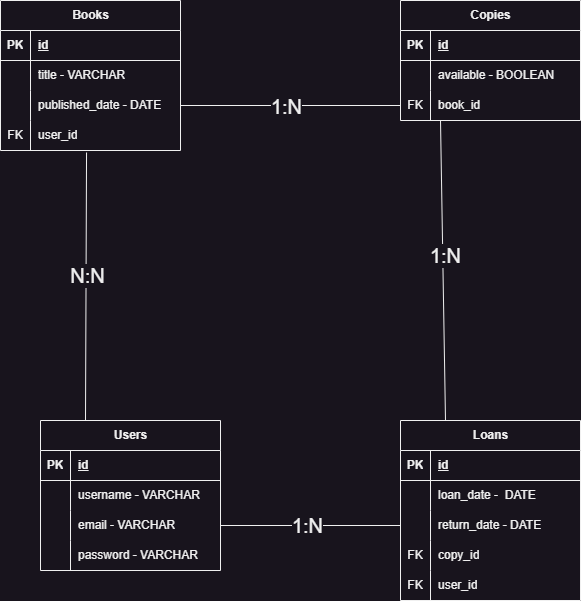
Above: DER.png in projeto-final-biblioteka-T15/Biblioteka (draw.io), before the change. Source tidied: cells renumbered, new cells last; positions are measured from the earlier drawing's top-left corner, leaving out a move shared by most shapes.
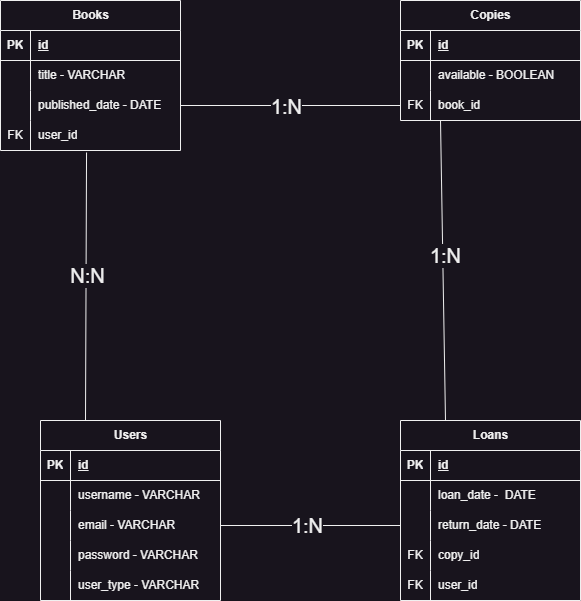
Later version of the same file.

Commit message:
fix: arquivo DER.png atualizado

Diff of the diagram source:
```diff
@@ -120,7 +120,7 @@
       <mxGeometry x="30" width="150" height="30" as="geometry" />
     </mxCell>
     <mxCell id="41" value="Users" style="shape=table;startSize=30;rowLines=0;fontStyle=1;align=center;html=1;" parent="1" vertex="1">
-      <mxGeometry x="40" y="420" width="180" height="150" as="geometry" />
+      <mxGeometry x="40" y="420" width="180" height="180" as="geometry" />
     </mxCell>
     <mxCell id="42" style="shape=tableRow;horizontal=0;startSize=0;swimlaneHead=0;swimlaneBody=0;fillColor=none;top=0;left=0;right=0;bottom=1;" parent="41" vertex="1">
       <mxGeometry y="30" width="180" height="30" as="geometry" />
@@ -158,6 +158,15 @@
     <mxCell id="53" value="password - VARCHAR" style="shape=partialRectangle;fillColor=none;top=0;left=0;bottom=0;right=0;align=left;spacingLeft=6;overflow=hidden;whiteSpace=wrap;html=1;" parent="51" vertex="1">
       <mxGeometry x="30" width="150" height="30" as="geometry" />
     </mxCell>
+    <mxCell id="62" style="shape=tableRow;horizontal=0;startSize=0;swimlaneHead=0;swimlaneBody=0;fillColor=none;top=0;left=0;right=0;bottom=0;" parent="41" vertex="1">
+      <mxGeometry y="150" width="180" height="30" as="geometry" />
+    </mxCell>
+    <mxCell id="63" style="shape=partialRectangle;fillColor=none;top=0;left=0;bottom=0;right=0;overflow=hidden;whiteSpace=wrap;html=1;" parent="62" vertex="1">
+      <mxGeometry width="30" height="30" as="geometry" />
+    </mxCell>
+    <mxCell id="64" value="user_type - VARCHAR" style="shape=partialRectangle;fillColor=none;top=0;left=0;bottom=0;right=0;align=left;spacingLeft=6;overflow=hidden;whiteSpace=wrap;html=1;" parent="62" vertex="1">
+      <mxGeometry x="30" width="150" height="30" as="geometry" />
+    </mxCell>
     <mxCell id="54" style="endArrow=none;html=1;rounded=0;exitX=0.25;exitY=0;exitDx=0;exitDy=0;" parent="1" edge="1" source="25">
       <mxGeometry relative="1" as="geometry">
         <mxPoint x="440" y="120" as="targetPoint" />
```
